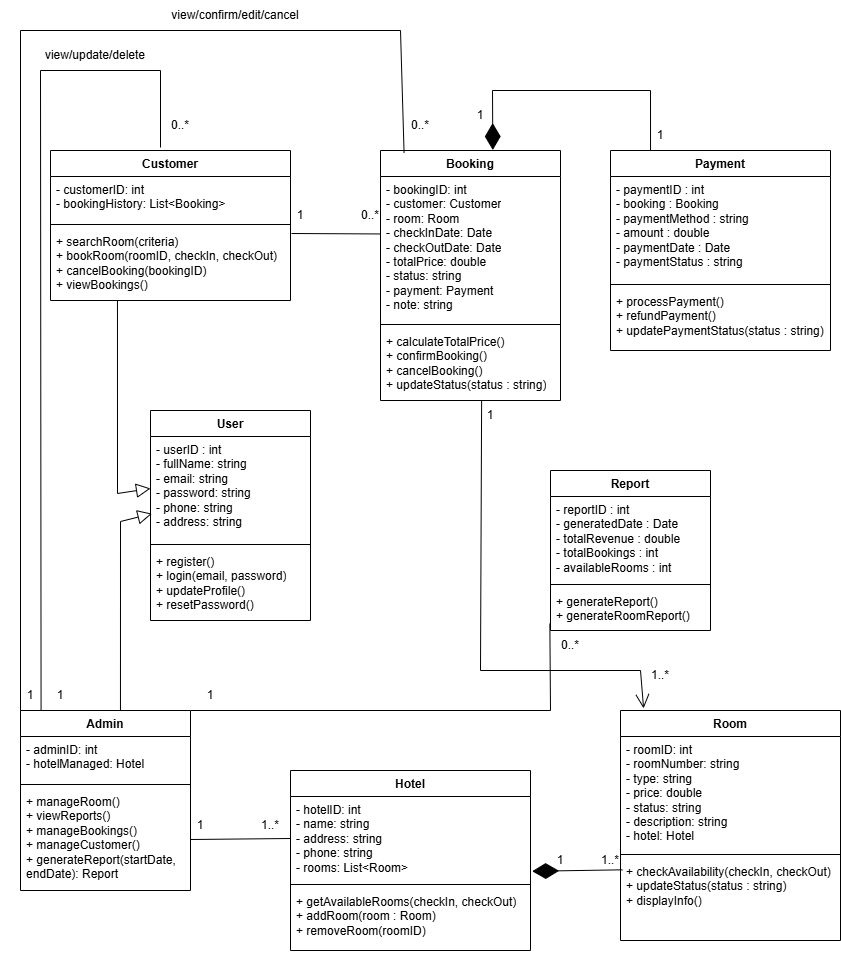
The draw.io diagram Group 11-Hoài.drawio.png in hoaipv3120-blip/project-of-group-11, before a commit. Source tidied: cells renumbered, new cells last; positions are measured from the earlier drawing's top-left corner, leaving out a move shared by most shapes.
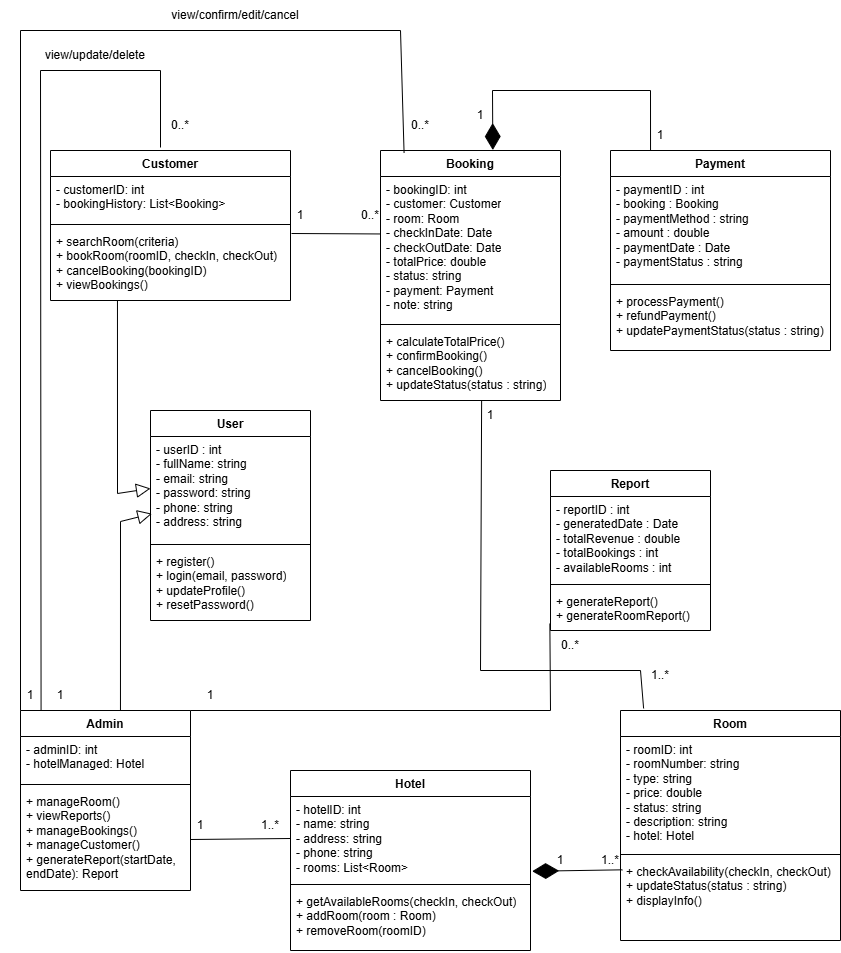
After the commit.

Change to the diagram source:
```diff
@@ -132,7 +132,7 @@
     <mxCell id="41" value="0..*" style="text;html=1;whiteSpace=wrap;strokeColor=none;fillColor=none;align=center;verticalAlign=middle;rounded=0;" parent="1" vertex="1">
       <mxGeometry x="340" y="200" width="60" height="30" as="geometry" />
     </mxCell>
-    <mxCell id="42" style="endArrow=open;endFill=1;endSize=12;html=1;rounded=0;entryX=0.105;entryY=-0.009;entryDx=0;entryDy=0;exitX=0.352;exitY=0.016;exitDx=0;exitDy=0;exitPerimeter=0;entryPerimeter=0;" parent="1" edge="1" source="43" target="10">
+    <mxCell id="42" style="endArrow=none;endFill=0;endSize=12;html=1;rounded=0;entryX=0.105;entryY=-0.009;entryDx=0;entryDy=0;exitX=0.352;exitY=0.016;exitDx=0;exitDy=0;exitPerimeter=0;entryPerimeter=0;" parent="1" edge="1" source="43" target="10">
       <mxGeometry relative="1" as="geometry">
         <Array as="points">
           <mxPoint x="480" y="670" />
```
